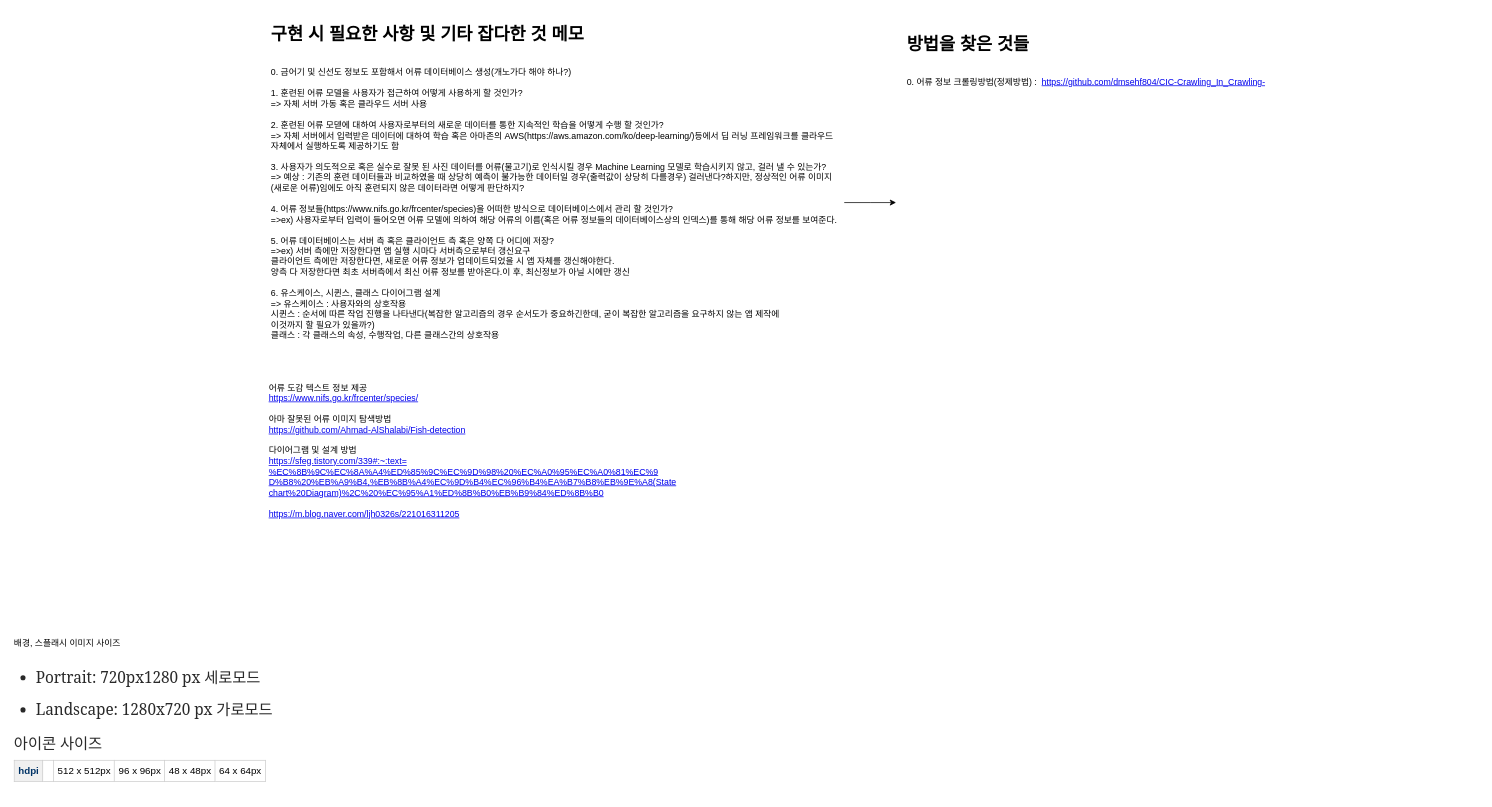
This is page "메모" (1 of 5) of 설계/설계.drawio from 2021-KNU-Capstone-Team1/FishDic, a draw.io file, before an edit. Source tidied: cells renumbered, new cells numbered last; positions are measured from the earlier drawing's top-left corner, leaving out a move shared by most shapes. Both pictures are drawn from the tidied source at 73%, with x=0, y=0 at pixel (12, 20).
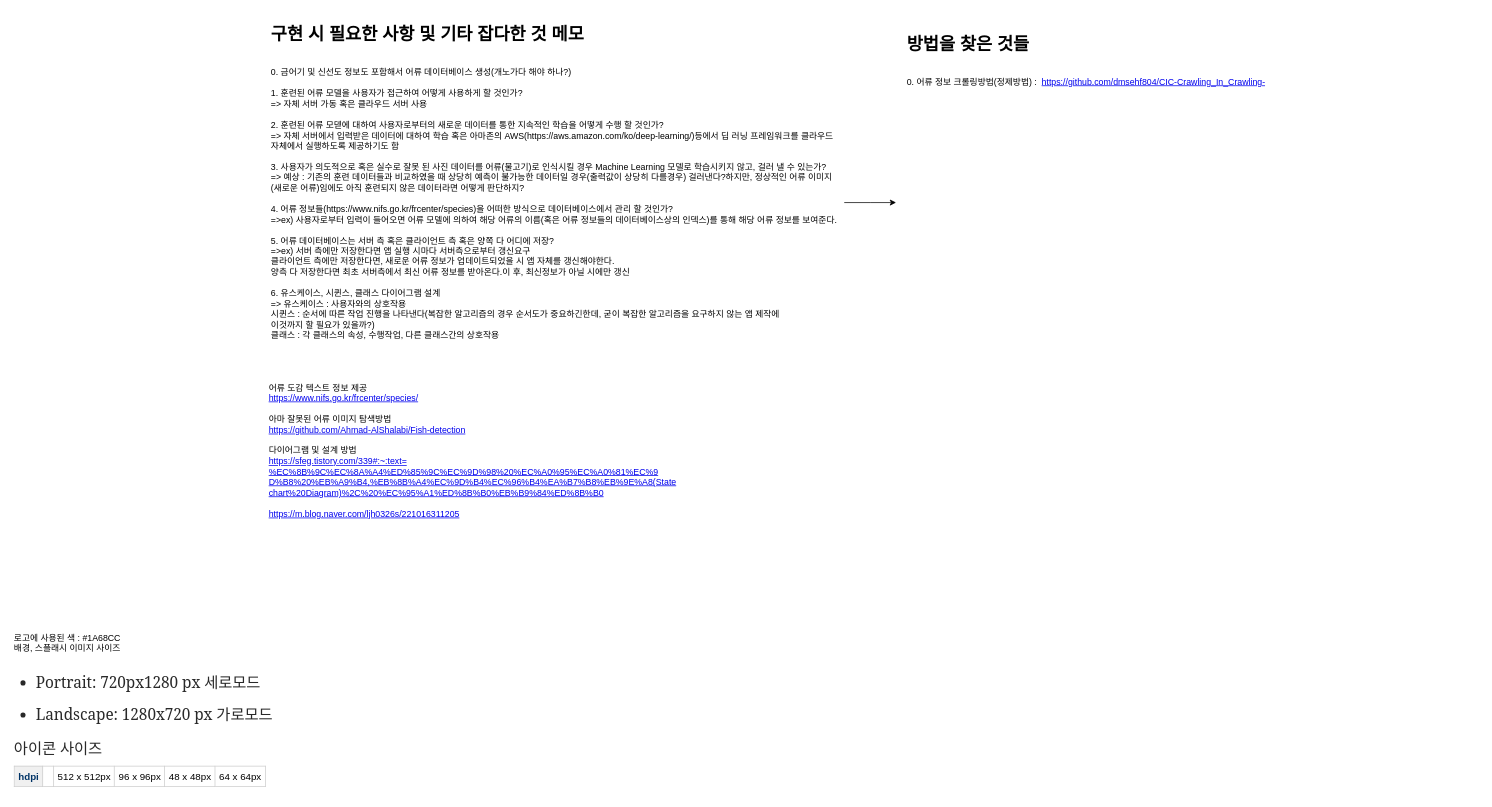
After the change.

The edit, as a diff of the source:
```diff
@@
 <mxGraphModel>
   <root>
     <mxCell id="0" />
     <mxCell id="1" parent="0" />
     <mxCell id="2" style="edgeStyle=orthogonalEdgeStyle;rounded=0;jettySize=auto;html=1;" parent="1" edge="1" source="3">
       <mxGeometry relative="1" as="geometry">
         <mxPoint x="1210" y="250" as="targetPoint" />
       </mxGeometry>
     </mxCell>
     <mxCell id="3" value="&lt;h1&gt;구현 시 필요한 사항 및 기타 잡다한 것 메모&lt;/h1&gt;&lt;div&gt;&lt;strike&gt;&lt;br&gt;&lt;/strike&gt;&lt;/div&gt;&lt;div&gt;0. 금어기 및 신선도 정보도 포함해서 어류 데이터베이스 생성(개노가다 해야 하나?)&lt;/div&gt;&lt;div&gt;&lt;br&gt;&lt;/div&gt;&lt;div&gt;1. 훈련된 어류 모델을 사용자가 접근하여 어떻게 사용하게 할 것인가?&lt;/div&gt;&lt;div&gt;=&amp;gt; 자체 서버 가동 혹은 클라우드 서버 사용&lt;/div&gt;&lt;div&gt;&lt;br&gt;&lt;/div&gt;&lt;div&gt;2. 훈련된 어류 모덷에 대하여 사용자로부터의 새로운 데이터를 통한 지속적인 학습을 어떻게 수행 할 것인가?&lt;/div&gt;&lt;div&gt;=&amp;gt; 자체 서버에서 입력받은 데이터에 대하여 학습 혹은 아마존의 AWS(https://aws.amazon.com/ko/deep-learning/)등에서 딥 러닝 프레임워크를 클라우드 자체에서 실행하도록 제공하기도 함&lt;/div&gt;&lt;div&gt;&lt;br&gt;&lt;/div&gt;&lt;div&gt;3. 사용자가 의도적으로 혹은 실수로 잘못 된 사진 데이터를 어류(물고기)로 인식시킬 경우 Machine Learning 모델로 학습시키지 않고, 걸러 낼 수 있는가?&lt;/div&gt;&lt;div&gt;=&amp;gt; 예상 : 기존의 훈련 데이터들과 비교하였을 때 상당히 예측이 불가능한 데이터일 경우(출력값이 상당히 다를경우) 걸러낸다?하지만, 정상적인 어류 이미지(새로운 어류)임에도 아직 훈련되지 않은 데이터라면 어떻게 판단하지?&lt;/div&gt;&lt;div&gt;&lt;br&gt;&lt;/div&gt;&lt;div&gt;4. 어류 정보들(https://www.nifs.go.kr/frcenter/species)을 어떠한 방식으로 데이터베이스에서 관리 할 것인가?&lt;/div&gt;&lt;div&gt;=&amp;gt;ex) 사용자로부터 입력이 들어오면 어류 모델에 의하여 해당 어류의 이름(혹은 어류 정보들의 데이터베이스상의 인덱스)를 통해 해당 어류 정보를 보여준다.&lt;/div&gt;&lt;div&gt;&lt;br&gt;&lt;/div&gt;&lt;div&gt;5. 어류 데이터베이스는 서버 측 혹은 클라이언트 측 혹은 양쪽 다 어디에 저장?&lt;/div&gt;&lt;div&gt;=&amp;gt;ex) 서버 측에만 저장한다면 앱 실행 시마다 서버측으로부터 갱신요구&lt;/div&gt;&lt;div&gt;클라이언트 측에만 저장한다면, 새로운 어류 정보가 업데이트되었을 시 앱 자체를 갱신해야한다.&lt;/div&gt;&lt;div&gt;양측 다 저장한다면 최초 서버측에서 최신 어류 정보를 받아온다.이 후, 최신정보가 아닐 시에만 갱신&lt;/div&gt;&lt;div&gt;&lt;br&gt;&lt;/div&gt;&lt;div&gt;6. 유스케이스, 시퀸스, 클래스 다이어그램 설계&lt;/div&gt;&lt;div&gt;=&amp;gt; 유스케이스 : 사용자와의 상호작용&lt;/div&gt;&lt;div&gt;시퀸스 : 순서에 따른 작업 진행을 나타낸다(복잡한 알고리즘의 경우 순서도가 중요하긴한데, 굳이 복잡한 알고리즘을 요구하지 않는 앱 제작에&amp;nbsp;&lt;/div&gt;&lt;div&gt;이것까지 할 필요가 있을까?)&lt;/div&gt;&lt;div&gt;클래스 : 각 클래스의 속성, 수행작업, 다른 클래스간의 상호작용&lt;/div&gt;" style="text;html=1;strokeColor=none;fillColor=none;spacing=5;spacingTop=-20;whiteSpace=wrap;overflow=hidden;rounded=0;align=left;" parent="1" vertex="1">
       <mxGeometry x="349" width="790" height="500" as="geometry" />
     </mxCell>
     <mxCell id="4" value="&lt;span&gt;어류 도감 텍스트 정보 제공&lt;/span&gt;&lt;br&gt;&lt;a href=&quot;https://www.nifs.go.kr/frcenter/species/&quot;&gt;https://www.nifs.go.kr/frcenter/species/&lt;/a&gt;&lt;br&gt;&lt;br&gt;&lt;span&gt;아마 잘못된 어류 이미지 탐색방법&lt;/span&gt;&lt;br&gt;&lt;a href=&quot;https://github.com/Ahmad-AlShalabi/Fish-detection&quot;&gt;https://github.com/Ahmad-AlShalabi/Fish-detection&lt;/a&gt;&lt;br&gt;&lt;br&gt;다이어그램 및 설계 방법&lt;br&gt;&lt;a href=&quot;https://sfeg.tistory.com/339#:~:text=%EC%8B%9C%EC%8A%A4%ED%85%9C%EC%9D%98%20%EC%A0%95%EC%A0%81%EC%9D%B8%20%EB%A9%B4,%EB%8B%A4%EC%9D%B4%EC%96%B4%EA%B7%B8%EB%9E%A8(Statechart%20Diagram)%2C%20%EC%95%A1%ED%8B%B0%EB%B9%84%ED%8B%B0&quot;&gt;https://sfeg.tistory.com/339#:~:text=&lt;br&gt;%EC%8B%9C%EC%8A%A4%ED%85%9C%EC%9D%98%20%EC%A0%95%EC%A0%81%EC%9&lt;br&gt;D%B8%20%EB%A9%B4,%EB%8B%A4%EC%9D%B4%EC%96%B4%EA%B7%B8%EB%9E%A8(State&lt;br&gt;chart%20Diagram)%2C%20%EC%95%A1%ED%8B%B0%EB%B9%84%ED%8B%B0&lt;/a&gt;&lt;br&gt;&lt;br&gt;&lt;a href=&quot;https://m.blog.naver.com/ljh0326s/221016311205&quot;&gt;https://m.blog.naver.com/ljh0326s/221016311205&lt;/a&gt;" style="text;html=1;strokeColor=none;fillColor=none;align=left;verticalAlign=middle;whiteSpace=wrap;rounded=0;" parent="1" vertex="1">
       <mxGeometry x="349" y="480" width="681" height="220" as="geometry" />
     </mxCell>
     <mxCell id="5" value="&lt;h1&gt;방법을 찾은 것들&lt;/h1&gt;&lt;div&gt;&lt;br&gt;&lt;/div&gt;&lt;div&gt;0. 어류 정보 크롤링방법(정제방법) :&amp;nbsp; &lt;a href=&quot;https://github.com/dmsehf804/CIC-Crawling_In_Crawling-&quot;&gt;https://github.com/dmsehf804/CIC-Crawling_In_Crawling-&lt;/a&gt;&lt;/div&gt;" style="text;html=1;strokeColor=none;fillColor=none;spacing=5;spacingTop=-20;whiteSpace=wrap;overflow=hidden;rounded=0;align=left;" parent="1" vertex="1">
       <mxGeometry x="1220" y="13" width="790" height="500" as="geometry" />
     </mxCell>
-    <mxCell id="6" value="배경, 스플래시 이미지 사이즈&amp;nbsp;&lt;br&gt;&lt;ul class=&quot;&quot; style=&quot;box-sizing: inherit ; margin: 0px ; padding: 0px ; list-style: none none ; color: rgba(0 , 0 , 0 , 0.8) ; font-family: , , &amp;#34;blinkmacsystemfont&amp;#34; , &amp;#34;segoe ui&amp;#34; , &amp;#34;roboto&amp;#34; , &amp;#34;oxygen&amp;#34; , &amp;#34;ubuntu&amp;#34; , &amp;#34;cantarell&amp;#34; , &amp;#34;open sans&amp;#34; , &amp;#34;helvetica neue&amp;#34; , sans-serif ; font-size: medium ; background-color: rgb(255 , 255 , 255)&quot;&gt;&lt;li id=&quot;1b01&quot; class=&quot;hk hl eb hm b fa ij ho hp fd ik hr hs ht il hv hw hx im hz ia ib in id ie if ig ih ii ey&quot; style=&quot;box-sizing: inherit ; color: rgb(41 , 41 , 41) ; line-height: 32px ; letter-spacing: -0.003em ; font-family: &amp;#34;charter&amp;#34; , &amp;#34;georgia&amp;#34; , &amp;#34;cambria&amp;#34; , &amp;#34;times new roman&amp;#34; , &amp;#34;times&amp;#34; , serif ; margin-bottom: -0.46em ; list-style-type: disc ; margin-left: 30px ; padding-left: 0px ; font-size: 21px ; margin-top: 1.05em&quot;&gt;Portrait: 720px1280 px 세로모드&lt;/li&gt;&lt;li id=&quot;e02c&quot; class=&quot;hk hl eb hm b fa ij ho hp fd ik hr hs ht il hv hw hx im hz ia ib in id ie if ig ih ii ey&quot; style=&quot;box-sizing: inherit ; color: rgb(41 , 41 , 41) ; line-height: 32px ; letter-spacing: -0.003em ; font-family: &amp;#34;charter&amp;#34; , &amp;#34;georgia&amp;#34; , &amp;#34;cambria&amp;#34; , &amp;#34;times new roman&amp;#34; , &amp;#34;times&amp;#34; , serif ; margin-bottom: -0.46em ; list-style-type: disc ; margin-left: 30px ; padding-left: 0px ; font-size: 21px ; margin-top: 1.05em&quot;&gt;Landscape: 1280x720 px 가로모드&lt;/li&gt;&lt;/ul&gt;&lt;div&gt;&lt;br&gt;&lt;/div&gt;&lt;div&gt;&lt;br&gt;&lt;/div&gt;&lt;div&gt;&lt;font color=&quot;#292929&quot; face=&quot;charter, georgia, cambria, times new roman, times, serif&quot;&gt;&lt;span style=&quot;font-size: 21px ; letter-spacing: -0.063px&quot;&gt;아이콘 사이즈&lt;/span&gt;&lt;/font&gt;&lt;/div&gt;&lt;div&gt;&lt;table class=&quot;confluenceTable&quot; style=&quot;box-sizing: inherit ; border: 1px solid rgb(218 , 220 , 224) ; border-collapse: collapse ; font-size: 13px ; font-family: &amp;#34;helvetica&amp;#34; , &amp;#34;arial&amp;#34; , sans-serif ; padding: 0px ; margin: 10px 0px ; line-height: 13pt ; background-color: rgb(255 , 255 , 255) ; text-indent: 0px&quot;&gt;&lt;tbody style=&quot;box-sizing: inherit&quot;&gt;&lt;tr style=&quot;box-sizing: inherit ; border-bottom: 1px solid rgb(218 , 220 , 224) ; font-size: 10pt ; line-height: 13pt&quot;&gt;&lt;th class=&quot;confluenceTh&quot; style=&quot;box-sizing: inherit ; padding: 5px ; border-width: 1px ; border-style: solid ; border-color: rgb(204 , 204 , 204) ; font-size: 10pt ; vertical-align: top ; color: rgb(0 , 51 , 102) ; text-align: left ; margin: 0px ; line-height: 13pt ; background-color: rgb(240 , 240 , 240)&quot;&gt;hdpi&lt;/th&gt;&lt;td class=&quot;confluenceTd&quot; style=&quot;box-sizing: inherit ; padding: 5px ; border-width: 1px ; border-style: solid ; border-color: rgb(204 , 204 , 204) ; font-size: 10pt ; vertical-align: top ; margin: 0px ; line-height: 13pt&quot;&gt;&amp;nbsp;&lt;/td&gt;&lt;td class=&quot;confluenceTd&quot; style=&quot;box-sizing: inherit ; padding: 5px ; border-width: 1px ; border-style: solid ; border-color: rgb(204 , 204 , 204) ; font-size: 10pt ; vertical-align: top ; margin: 0px ; line-height: 13pt&quot;&gt;512 x 512px&lt;/td&gt;&lt;td class=&quot;confluenceTd&quot; style=&quot;box-sizing: inherit ; padding: 5px ; border-width: 1px ; border-style: solid ; border-color: rgb(204 , 204 , 204) ; font-size: 10pt ; vertical-align: top ; margin: 0px ; line-height: 13pt&quot;&gt;96 x 96px&lt;/td&gt;&lt;td class=&quot;confluenceTd&quot; style=&quot;box-sizing: inherit ; padding: 5px ; border-width: 1px ; border-style: solid ; border-color: rgb(204 , 204 , 204) ; font-size: 10pt ; vertical-align: top ; margin: 0px ; line-height: 13pt&quot;&gt;48 x 48px&lt;/td&gt;&lt;td class=&quot;confluenceTd&quot; style=&quot;box-sizing: inherit ; padding: 5px ; border-width: 1px ; border-style: solid ; border-color: rgb(204 , 204 , 204) ; font-size: 10pt ; vertical-align: top ; margin: 0px ; line-height: 13pt&quot;&gt;64 x 64px&lt;/td&gt;&lt;/tr&gt;&lt;/tbody&gt;&lt;/table&gt;&lt;/div&gt;" style="text;html=1;align=left;verticalAlign=middle;" parent="1" vertex="1">
-      <mxGeometry y="850" width="360" height="200" as="geometry" />
+    <mxCell id="6" value="로고에 사용된 색 :&amp;nbsp;#1A68CC&lt;br&gt;배경, 스플래시 이미지 사이즈&amp;nbsp;&lt;br&gt;&lt;ul class=&quot;&quot; style=&quot;box-sizing: inherit ; margin: 0px ; padding: 0px ; list-style: none none ; color: rgba(0 , 0 , 0 , 0.8) ; font-family: , , &amp;#34;blinkmacsystemfont&amp;#34; , &amp;#34;segoe ui&amp;#34; , &amp;#34;roboto&amp;#34; , &amp;#34;oxygen&amp;#34; , &amp;#34;ubuntu&amp;#34; , &amp;#34;cantarell&amp;#34; , &amp;#34;open sans&amp;#34; , &amp;#34;helvetica neue&amp;#34; , sans-serif ; font-size: medium ; background-color: rgb(255 , 255 , 255)&quot;&gt;&lt;li id=&quot;1b01&quot; class=&quot;hk hl eb hm b fa ij ho hp fd ik hr hs ht il hv hw hx im hz ia ib in id ie if ig ih ii ey&quot; style=&quot;box-sizing: inherit ; color: rgb(41 , 41 , 41) ; line-height: 32px ; letter-spacing: -0.003em ; font-family: &amp;#34;charter&amp;#34; , &amp;#34;georgia&amp;#34; , &amp;#34;cambria&amp;#34; , &amp;#34;times new roman&amp;#34; , &amp;#34;times&amp;#34; , serif ; margin-bottom: -0.46em ; list-style-type: disc ; margin-left: 30px ; padding-left: 0px ; font-size: 21px ; margin-top: 1.05em&quot;&gt;Portrait: 720px1280 px 세로모드&lt;/li&gt;&lt;li id=&quot;e02c&quot; class=&quot;hk hl eb hm b fa ij ho hp fd ik hr hs ht il hv hw hx im hz ia ib in id ie if ig ih ii ey&quot; style=&quot;box-sizing: inherit ; color: rgb(41 , 41 , 41) ; line-height: 32px ; letter-spacing: -0.003em ; font-family: &amp;#34;charter&amp;#34; , &amp;#34;georgia&amp;#34; , &amp;#34;cambria&amp;#34; , &amp;#34;times new roman&amp;#34; , &amp;#34;times&amp;#34; , serif ; margin-bottom: -0.46em ; list-style-type: disc ; margin-left: 30px ; padding-left: 0px ; font-size: 21px ; margin-top: 1.05em&quot;&gt;Landscape: 1280x720 px 가로모드&lt;/li&gt;&lt;/ul&gt;&lt;div&gt;&lt;br&gt;&lt;/div&gt;&lt;div&gt;&lt;br&gt;&lt;/div&gt;&lt;div&gt;&lt;font color=&quot;#292929&quot; face=&quot;charter, georgia, cambria, times new roman, times, serif&quot;&gt;&lt;span style=&quot;font-size: 21px ; letter-spacing: -0.063px&quot;&gt;아이콘 사이즈&lt;/span&gt;&lt;/font&gt;&lt;/div&gt;&lt;div&gt;&lt;table class=&quot;confluenceTable&quot; style=&quot;box-sizing: inherit ; border: 1px solid rgb(218 , 220 , 224) ; border-collapse: collapse ; font-size: 13px ; font-family: &amp;#34;helvetica&amp;#34; , &amp;#34;arial&amp;#34; , sans-serif ; padding: 0px ; margin: 10px 0px ; line-height: 13pt ; background-color: rgb(255 , 255 , 255) ; text-indent: 0px&quot;&gt;&lt;tbody style=&quot;box-sizing: inherit&quot;&gt;&lt;tr style=&quot;box-sizing: inherit ; border-bottom: 1px solid rgb(218 , 220 , 224) ; font-size: 10pt ; line-height: 13pt&quot;&gt;&lt;th class=&quot;confluenceTh&quot; style=&quot;box-sizing: inherit ; padding: 5px ; border-width: 1px ; border-style: solid ; border-color: rgb(204 , 204 , 204) ; font-size: 10pt ; vertical-align: top ; color: rgb(0 , 51 , 102) ; text-align: left ; margin: 0px ; line-height: 13pt ; background-color: rgb(240 , 240 , 240)&quot;&gt;hdpi&lt;/th&gt;&lt;td class=&quot;confluenceTd&quot; style=&quot;box-sizing: inherit ; padding: 5px ; border-width: 1px ; border-style: solid ; border-color: rgb(204 , 204 , 204) ; font-size: 10pt ; vertical-align: top ; margin: 0px ; line-height: 13pt&quot;&gt;&amp;nbsp;&lt;/td&gt;&lt;td class=&quot;confluenceTd&quot; style=&quot;box-sizing: inherit ; padding: 5px ; border-width: 1px ; border-style: solid ; border-color: rgb(204 , 204 , 204) ; font-size: 10pt ; vertical-align: top ; margin: 0px ; line-height: 13pt&quot;&gt;512 x 512px&lt;/td&gt;&lt;td class=&quot;confluenceTd&quot; style=&quot;box-sizing: inherit ; padding: 5px ; border-width: 1px ; border-style: solid ; border-color: rgb(204 , 204 , 204) ; font-size: 10pt ; vertical-align: top ; margin: 0px ; line-height: 13pt&quot;&gt;96 x 96px&lt;/td&gt;&lt;td class=&quot;confluenceTd&quot; style=&quot;box-sizing: inherit ; padding: 5px ; border-width: 1px ; border-style: solid ; border-color: rgb(204 , 204 , 204) ; font-size: 10pt ; vertical-align: top ; margin: 0px ; line-height: 13pt&quot;&gt;48 x 48px&lt;/td&gt;&lt;td class=&quot;confluenceTd&quot; style=&quot;box-sizing: inherit ; padding: 5px ; border-width: 1px ; border-style: solid ; border-color: rgb(204 , 204 , 204) ; font-size: 10pt ; vertical-align: top ; margin: 0px ; line-height: 13pt&quot;&gt;64 x 64px&lt;/td&gt;&lt;/tr&gt;&lt;/tbody&gt;&lt;/table&gt;&lt;/div&gt;" style="text;html=1;align=left;verticalAlign=middle;" parent="1" vertex="1">
+      <mxGeometry y="840" width="360" height="220" as="geometry" />
     </mxCell>
   </root>
 </mxGraphModel>
```
